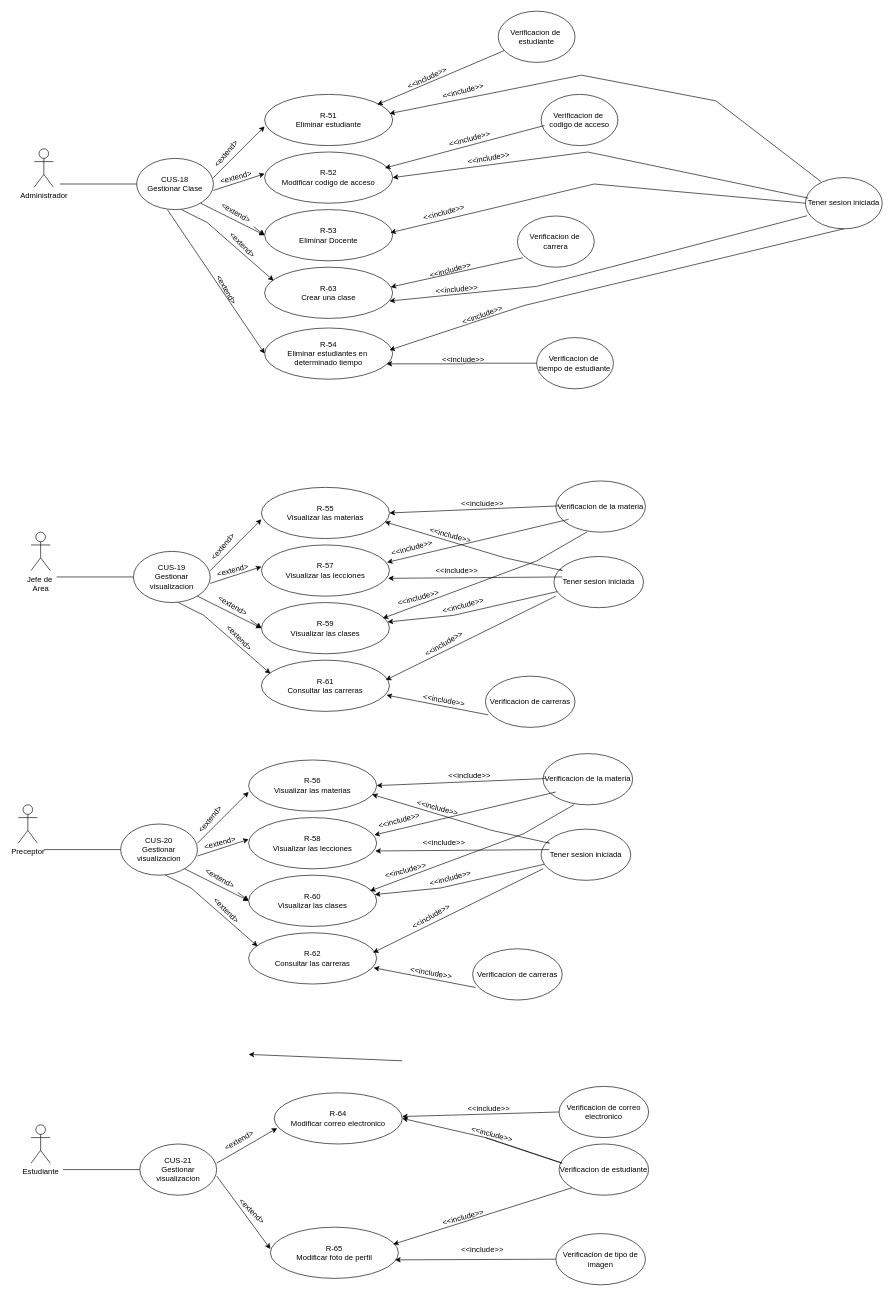
Above: Diagrama de caso de uso/cus18-cus19-cus20-cus21.drawio in MateoDominguezz/practicas_profesiones2 (draw.io), before the change. Source tidied: cells renumbered, new cells numbered last; positions are measured from the earlier drawing's top-left corner, leaving out a move shared by most shapes. Both pictures are drawn from the tidied source at 64%, with x=0, y=0 at pixel (18, 11).
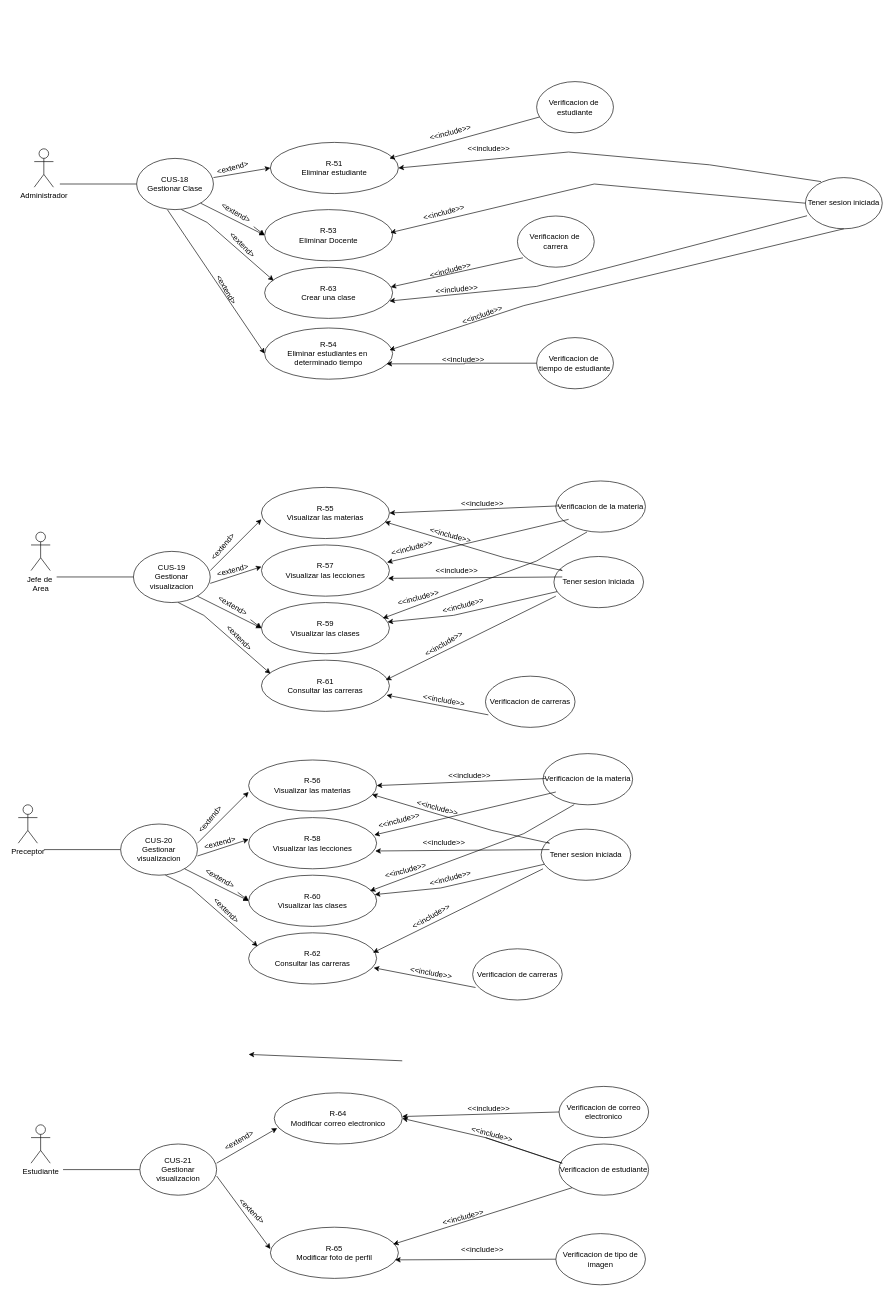
Above is the later version.

Commit message:
Agregando todos los diagramas bien

Unchanged cells that the change refers to:
```xml
<mxCell id="74" value="&lt;div&gt;Tener sesion iniciada&lt;/div&gt;" style="ellipse;whiteSpace=wrap;html=1;" parent="1" vertex="1">
  <mxGeometry x="1230" y="260" width="120" height="80" as="geometry" />
</mxCell>
```

What changed in the source:
```diff
@@
-    <mxCell id="57" style="endArrow=classic;html=1;rounded=0;" parent="1" edge="1">
+    <mxCell id="57" style="endArrow=classic;html=1;rounded=0;entryX=0;entryY=0.5;entryDx=0;entryDy=0;" parent="1" edge="1" target="58">
       <mxGeometry relative="1" as="geometry">
         <mxPoint x="305" y="260" as="sourcePoint" />
-        <mxPoint x="385" y="180" as="targetPoint" />
       </mxGeometry>
     </mxCell>
     <mxCell id="58" value="R-51&lt;div&gt;Eliminar estudiante&lt;/div&gt;" style="ellipse;whiteSpace=wrap;html=1;" parent="1" vertex="1">
-      <mxGeometry x="385" y="130" width="200" height="80" as="geometry" />
+      <mxGeometry x="394" y="205" width="200" height="80" as="geometry" />
     </mxCell>
-    <mxCell id="59" value="&lt;div&gt;R-52&lt;/div&gt;Modificar codigo de acceso" style="ellipse;whiteSpace=wrap;html=1;" parent="1" vertex="1">
-      <mxGeometry x="385" y="220" width="200" height="80" as="geometry" />
-    </mxCell>
-    <mxCell id="60" style="endArrow=classic;html=1;rounded=0;entryX=0;entryY=0.425;entryDx=0;entryDy=0;entryPerimeter=0;" parent="1" edge="1" target="59">
-      <mxGeometry relative="1" as="geometry">
-        <mxPoint x="305" y="280" as="sourcePoint" />
-      </mxGeometry>
-    </mxCell>
@@
-    <mxCell id="65" value="&amp;lt;extend&amp;gt;" style="text;html=1;align=center;verticalAlign=middle;strokeColor=none;fillColor=none;rotation=-50;" parent="1" vertex="1">
-      <mxGeometry x="290" y="208" width="70" height="30" as="geometry" />
+    <mxCell id="65" value="&amp;lt;extend&amp;gt;" style="text;html=1;align=center;verticalAlign=middle;strokeColor=none;fillColor=none;rotation=-15;" parent="1" vertex="1">
+      <mxGeometry x="300" y="230" width="70" height="30" as="geometry" />
     </mxCell>
-    <mxCell id="66" value="&amp;lt;extend&amp;gt;" style="text;html=1;align=center;verticalAlign=middle;strokeColor=none;fillColor=none;rotation=-15;" parent="1" vertex="1">
-      <mxGeometry x="305" y="245" width="70" height="30" as="geometry" />
-    </mxCell>
@@
     <mxCell id="80" value="&amp;lt;&amp;lt;include&amp;gt;&amp;gt;" style="text;html=1;align=center;verticalAlign=middle;strokeColor=none;fillColor=none;rotation=-15;" parent="1" vertex="1">
-      <mxGeometry x="650" y="110" width="90" height="30" as="geometry" />
+      <mxGeometry x="630" y="175" width="90" height="30" as="geometry" />
     </mxCell>
-    <mxCell id="81" value="&amp;lt;&amp;lt;include&amp;gt;&amp;gt;" style="text;html=1;align=center;verticalAlign=middle;strokeColor=none;fillColor=none;rotation=-10;" parent="1" vertex="1">
-      <mxGeometry x="690" y="215" width="90" height="30" as="geometry" />
-    </mxCell>
@@
     <mxCell id="84" value="&lt;div&gt;Verificacion de&amp;nbsp;&lt;/div&gt;&lt;div&gt;estudiante&lt;/div&gt;" style="ellipse;whiteSpace=wrap;html=1;" parent="1" vertex="1">
-      <mxGeometry x="750" width="120" height="80" as="geometry" />
+      <mxGeometry x="810" y="110" width="120" height="80" as="geometry" />
     </mxCell>
-    <mxCell id="85" value="&amp;lt;&amp;lt;include&amp;gt;&amp;gt;" style="text;html=1;align=center;verticalAlign=middle;strokeColor=none;fillColor=none;rotation=-25;" parent="1" vertex="1">
-      <mxGeometry x="594" y="90" width="90" height="30" as="geometry" />
+    <mxCell id="85" value="&amp;lt;&amp;lt;include&amp;gt;&amp;gt;" style="text;html=1;align=center;verticalAlign=middle;strokeColor=none;fillColor=none;rotation=0;" parent="1" vertex="1">
+      <mxGeometry x="690" y="200" width="90" height="30" as="geometry" />
     </mxCell>
-    <mxCell id="86" value="&lt;div&gt;Verificacion de&amp;nbsp;&lt;/div&gt;&lt;div&gt;codigo de acceso&lt;/div&gt;" style="ellipse;whiteSpace=wrap;html=1;" parent="1" vertex="1">
-      <mxGeometry x="817" y="130" width="120" height="80" as="geometry" />
-    </mxCell>
-    <mxCell id="87" value="&amp;lt;&amp;lt;include&amp;gt;&amp;gt;" style="text;html=1;align=center;verticalAlign=middle;strokeColor=none;fillColor=none;rotation=-15;" parent="1" vertex="1">
-      <mxGeometry x="660" y="185" width="90" height="30" as="geometry" />
-    </mxCell>
@@
-    <mxCell id="131" style="rounded=0;jettySize=auto;html=1;entryX=1;entryY=0.5;entryDx=0;entryDy=0;exitX=0;exitY=0.5;exitDx=0;exitDy=0;" parent="1" edge="1" target="59">
-      <mxGeometry relative="1" as="geometry">
-        <mxPoint x="1234.2" y="292" as="sourcePoint" />
-        <Array as="points">
-          <mxPoint x="890" y="220" />
-        </Array>
-      </mxGeometry>
-    </mxCell>
-    <mxCell id="132" style="rounded=0;jettySize=auto;html=1;exitX=0.042;exitY=0.608;exitDx=0;exitDy=0;entryX=0.952;entryY=0.7;entryDx=0;entryDy=0;entryPerimeter=0;exitPerimeter=0;" parent="1" edge="1" source="86">
-      <mxGeometry relative="1" as="geometry">
-        <mxPoint x="573" y="245" as="targetPoint" />
-      </mxGeometry>
-    </mxCell>
-    <mxCell id="133" style="rounded=0;jettySize=auto;html=1;entryX=1;entryY=0.5;entryDx=0;entryDy=0;exitX=0.203;exitY=0.078;exitDx=0;exitDy=0;exitPerimeter=0;" parent="1" edge="1" source="74">
+    <mxCell id="133" style="rounded=0;jettySize=auto;html=1;entryX=1;entryY=0.5;entryDx=0;entryDy=0;exitX=0.203;exitY=0.078;exitDx=0;exitDy=0;exitPerimeter=0;" parent="1" edge="1" source="74" target="58">
       <mxGeometry relative="1" as="geometry">
-        <mxPoint x="580" y="160" as="targetPoint" />
         <Array as="points">
-          <mxPoint x="1090" y="140" />
-          <mxPoint x="880" y="100" />
+          <mxPoint x="1080" y="240" />
+          <mxPoint x="860" y="220" />
         </Array>
       </mxGeometry>
     </mxCell>
-    <mxCell id="134" style="rounded=0;jettySize=auto;html=1;entryX=0.952;entryY=0.7;entryDx=0;entryDy=0;entryPerimeter=0;" parent="1" edge="1" source="84">
+    <mxCell id="134" style="rounded=0;jettySize=auto;html=1;" parent="1" edge="1" source="84">
       <mxGeometry relative="1" as="geometry">
-        <mxPoint x="561" y="146" as="targetPoint" />
+        <mxPoint x="580" y="230" as="targetPoint" />
+        <Array as="points">
+          <mxPoint x="580" y="230" />
+        </Array>
       </mxGeometry>
     </mxCell>
```
